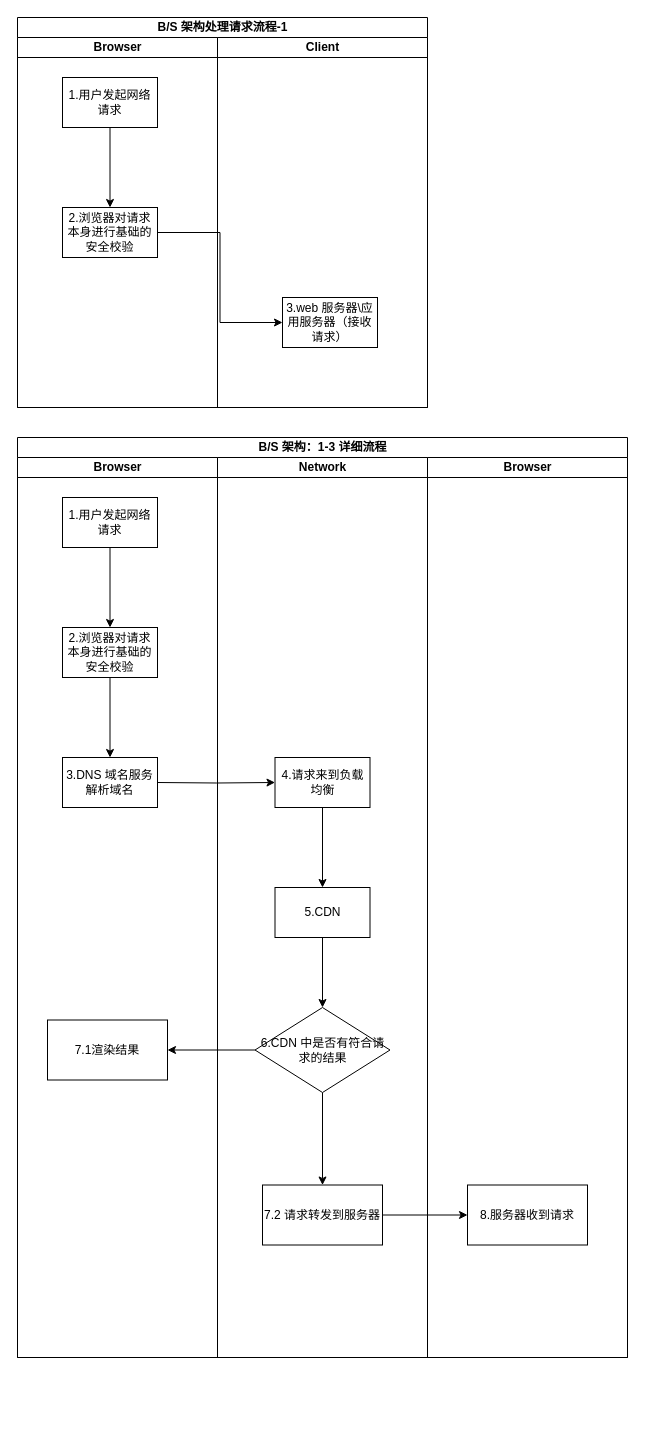
Before: BS 架构 1-3 流程.drawio in viki2333/viki, a draw.io diagram. Source tidied: cells renumbered, new cells numbered last; positions are measured from the earlier drawing's top-left corner, leaving out a move shared by most shapes. Both pictures are drawn from the tidied source at 100%, with x=0, y=0 at pixel (17, 17).
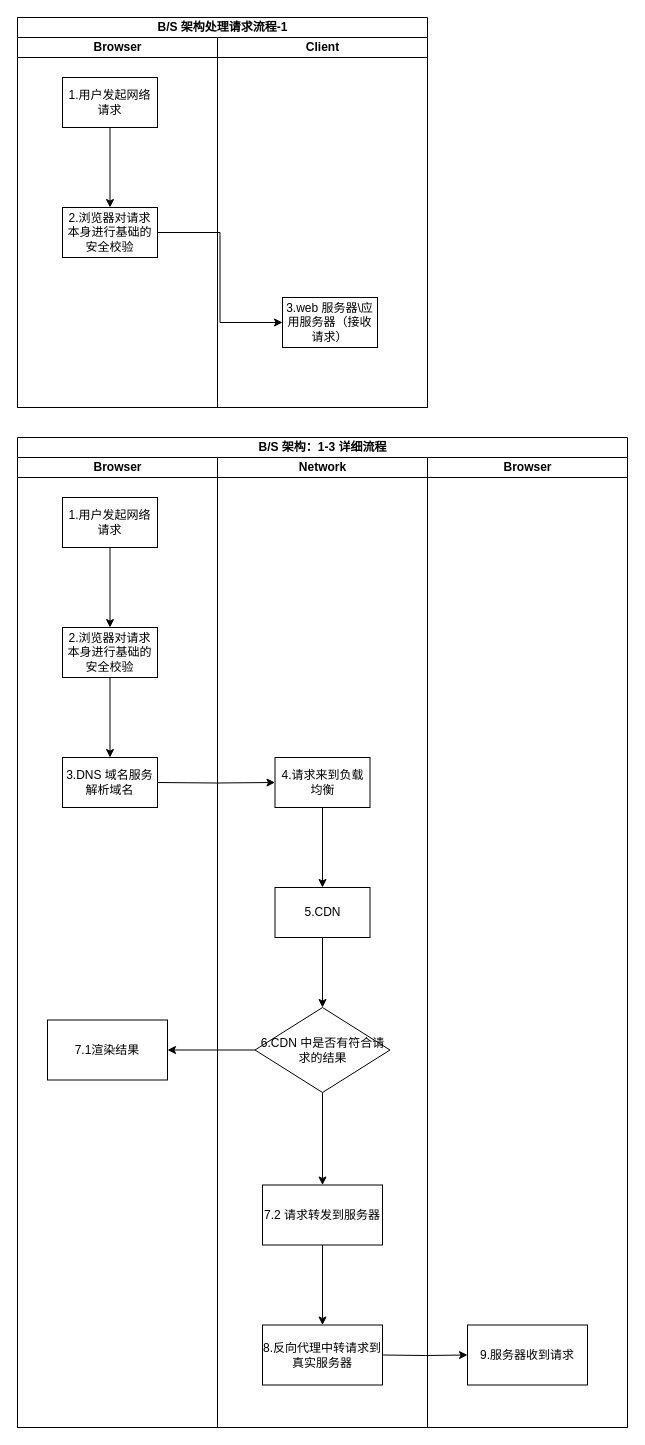
The same page after the edit.

Commit message (it also covers changes not shown here):
更新BS 架构 1-3 流程.drawio

Unchanged cells that the change refers to:
```xml
<mxCell id="28" value="7.2 请求转发到服务器" style="whiteSpace=wrap;html=1;rounded=0;" parent="21" vertex="1">
  <mxGeometry x="45" y="727.5" width="120" height="60" as="geometry" />
</mxCell>
```

Change to the diagram source:
```diff
@@
     <mxCell id="10" value="B/S 架构：1-3 详细流程" style="swimlane;startSize=20;html=1;" parent="1" vertex="1">
-      <mxGeometry y="420" width="610" height="920" as="geometry" />
+      <mxGeometry y="420" width="610" height="990" as="geometry" />
     </mxCell>
     <mxCell id="11" value="Browser" style="swimlane;startSize=20;html=1;" parent="10" vertex="1">
-      <mxGeometry y="20" width="200" height="900" as="geometry" />
+      <mxGeometry y="20" width="200" height="970" as="geometry" />
     </mxCell>
@@
-    <mxCell id="20" style="edgeStyle=orthogonalEdgeStyle;rounded=0;jettySize=auto;html=1;" parent="10" edge="1" source="28" target="30">
-      <mxGeometry relative="1" as="geometry" />
-    </mxCell>
     <mxCell id="21" value="Network" style="swimlane;startSize=20;html=1;" parent="10" vertex="1">
-      <mxGeometry x="200" y="20" width="210" height="900" as="geometry" />
+      <mxGeometry x="200" y="20" width="210" height="970" as="geometry" />
     </mxCell>
@@
+    <mxCell id="31" style="edgeStyle=orthogonalEdgeStyle;rounded=0;jettySize=auto;html=1;" parent="21" edge="1" source="28" target="32">
+      <mxGeometry relative="1" as="geometry" />
+    </mxCell>
@@
+    <mxCell id="32" value="8.反向代理中转请求到真实服务器" style="whiteSpace=wrap;html=1;rounded=0;" parent="21" vertex="1">
+      <mxGeometry x="45" y="867.5" width="120" height="60" as="geometry" />
+    </mxCell>
     <mxCell id="29" value="Browser" style="swimlane;startSize=20;html=1;" parent="10" vertex="1">
-      <mxGeometry x="410" y="20" width="200" height="900" as="geometry" />
+      <mxGeometry x="410" y="20" width="200" height="970" as="geometry" />
     </mxCell>
-    <mxCell id="30" value="8.服务器收到请求" style="whiteSpace=wrap;html=1;rounded=0;" parent="29" vertex="1">
-      <mxGeometry x="40" y="727.5" width="120" height="60" as="geometry" />
+    <mxCell id="30" value="9.服务器收到请求" style="whiteSpace=wrap;html=1;rounded=0;" parent="29" vertex="1">
+      <mxGeometry x="40" y="867.5" width="120" height="60" as="geometry" />
     </mxCell>
+    <mxCell id="20" style="edgeStyle=orthogonalEdgeStyle;rounded=0;jettySize=auto;html=1;" parent="10" edge="1" target="30">
+      <mxGeometry relative="1" as="geometry">
+        <mxPoint x="365" y="917.5" as="sourcePoint" />
+      </mxGeometry>
+    </mxCell>
```
